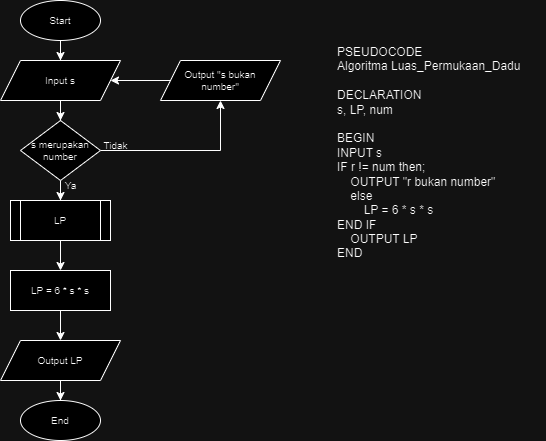
This is 5-Flowchart-Luas Permukaan Dadu.drawio.png from mfdrfauzi/fwg17-computer-science, a draw.io export, as it was before one commit. Source tidied: cells renumbered, new cells last; positions are measured from the earlier drawing's top-left corner, leaving out a move shared by most shapes.
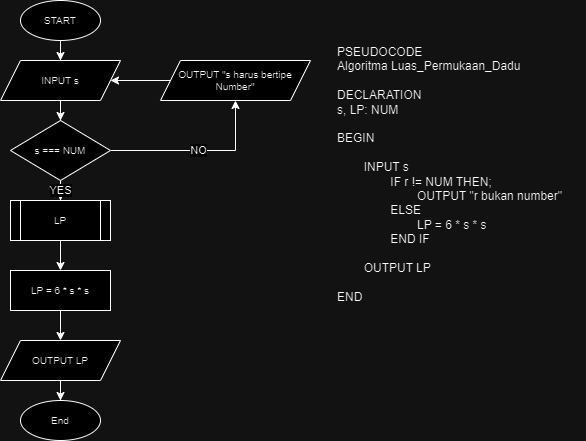
After the commit.

Diff of the diagram source:
```diff
@@ -5,32 +5,29 @@
     <mxCell id="2" style="edgeStyle=orthogonalEdgeStyle;rounded=0;jettySize=auto;html=1;entryX=0.5;entryY=0;entryDx=0;entryDy=0;fontSize=10;" parent="1" edge="1" source="3" target="8">
       <mxGeometry relative="1" as="geometry" />
     </mxCell>
-    <mxCell id="3" value="Start" style="ellipse;whiteSpace=wrap;html=1;fontSize=10;" parent="1" vertex="1">
+    <mxCell id="3" value="START" style="ellipse;whiteSpace=wrap;html=1;fontSize=10;" parent="1" vertex="1">
       <mxGeometry x="20" width="80" height="40" as="geometry" />
     </mxCell>
-    <mxCell id="4" style="edgeStyle=orthogonalEdgeStyle;rounded=0;jettySize=auto;html=1;entryX=0.5;entryY=1;entryDx=0;entryDy=0;" parent="1" edge="1" source="6" target="11">
+    <mxCell id="4" value="NO" style="edgeStyle=orthogonalEdgeStyle;rounded=0;jettySize=auto;html=1;entryX=0.5;entryY=1;entryDx=0;entryDy=0;" parent="1" edge="1" source="6" target="11">
       <mxGeometry relative="1" as="geometry" />
     </mxCell>
-    <mxCell id="5" style="edgeStyle=orthogonalEdgeStyle;rounded=0;jettySize=auto;html=1;entryX=0.5;entryY=0;entryDx=0;entryDy=0;" parent="1" edge="1" source="6" target="18">
+    <mxCell id="5" value="YES" style="edgeStyle=orthogonalEdgeStyle;rounded=0;jettySize=auto;html=1;entryX=0.5;entryY=0;entryDx=0;entryDy=0;" parent="1" edge="1" source="6" target="18">
       <mxGeometry relative="1" as="geometry" />
     </mxCell>
-    <mxCell id="6" value="s merupakan number" style="rhombus;whiteSpace=wrap;html=1;fontSize=10;" parent="1" vertex="1">
-      <mxGeometry x="20" y="120" width="80" height="60" as="geometry" />
+    <mxCell id="6" value="s === NUM" style="rhombus;whiteSpace=wrap;html=1;fontSize=10;" parent="1" vertex="1">
+      <mxGeometry x="10" y="120" width="100" height="60" as="geometry" />
     </mxCell>
     <mxCell id="7" style="edgeStyle=orthogonalEdgeStyle;rounded=0;jettySize=auto;html=1;entryX=0.5;entryY=0;entryDx=0;entryDy=0;fontSize=10;" parent="1" edge="1" source="8" target="6">
       <mxGeometry relative="1" as="geometry" />
     </mxCell>
-    <mxCell id="8" value="Input s" style="shape=parallelogram;perimeter=parallelogramPerimeter;whiteSpace=wrap;html=1;fixedSize=1;fontSize=10;" parent="1" vertex="1">
+    <mxCell id="8" value="INPUT s" style="shape=parallelogram;perimeter=parallelogramPerimeter;whiteSpace=wrap;html=1;fixedSize=1;fontSize=10;" parent="1" vertex="1">
       <mxGeometry y="60" width="120" height="40" as="geometry" />
     </mxCell>
-    <mxCell id="9" value="Tidak" style="text;html=1;align=center;verticalAlign=middle;strokeColor=none;fillColor=none;fontSize=10;" parent="1" vertex="1">
-      <mxGeometry x="90" y="130" width="50" height="30" as="geometry" />
-    </mxCell>
     <mxCell id="10" style="edgeStyle=orthogonalEdgeStyle;rounded=0;jettySize=auto;html=1;entryX=1;entryY=0.5;entryDx=0;entryDy=0;" parent="1" edge="1" source="11" target="8">
       <mxGeometry relative="1" as="geometry" />
     </mxCell>
-    <mxCell id="11" value="Output &quot;s bukan&lt;br&gt;number&quot;" style="shape=parallelogram;perimeter=parallelogramPerimeter;whiteSpace=wrap;html=1;fixedSize=1;fontSize=10;" parent="1" vertex="1">
-      <mxGeometry x="160" y="60" width="120" height="40" as="geometry" />
+    <mxCell id="11" value="OUTPUT &quot;s harus bertipe Number&quot;" style="shape=parallelogram;perimeter=parallelogramPerimeter;whiteSpace=wrap;html=1;fixedSize=1;fontSize=10;" parent="1" vertex="1">
+      <mxGeometry x="160" y="60" width="150" height="40" as="geometry" />
     </mxCell>
     <mxCell id="12" style="edgeStyle=orthogonalEdgeStyle;rounded=0;jettySize=auto;html=1;entryX=0.5;entryY=0;entryDx=0;entryDy=0;" parent="1" edge="1" source="13" target="15">
       <mxGeometry relative="1" as="geometry" />
@@ -41,7 +38,7 @@
     <mxCell id="14" style="edgeStyle=orthogonalEdgeStyle;rounded=0;jettySize=auto;html=1;entryX=0.5;entryY=0;entryDx=0;entryDy=0;" parent="1" edge="1" source="15" target="16">
       <mxGeometry relative="1" as="geometry" />
     </mxCell>
-    <mxCell id="15" value="Output LP" style="shape=parallelogram;perimeter=parallelogramPerimeter;whiteSpace=wrap;html=1;fixedSize=1;fontSize=10;" parent="1" vertex="1">
+    <mxCell id="15" value="OUTPUT LP" style="shape=parallelogram;perimeter=parallelogramPerimeter;whiteSpace=wrap;html=1;fixedSize=1;fontSize=10;" parent="1" vertex="1">
       <mxGeometry y="340" width="120" height="40" as="geometry" />
     </mxCell>
     <mxCell id="16" value="End" style="ellipse;whiteSpace=wrap;html=1;fontSize=10;" parent="1" vertex="1">
@@ -53,11 +50,8 @@
     <mxCell id="18" value="LP" style="shape=process;whiteSpace=wrap;html=1;backgroundOutline=1;fontSize=10;" parent="1" vertex="1">
       <mxGeometry x="10" y="200" width="100" height="40" as="geometry" />
     </mxCell>
-    <mxCell id="19" value="Ya" style="text;html=1;align=center;verticalAlign=middle;strokeColor=none;fillColor=none;fontSize=10;" parent="1" vertex="1">
-      <mxGeometry x="50" y="170" width="40" height="30" as="geometry" />
-    </mxCell>
-    <mxCell id="20" value="PSEUDOCODE&lt;br&gt;&lt;div&gt;Algoritma Luas_Permukaan_Dadu&lt;/div&gt;&lt;div&gt;&lt;br&gt;&lt;/div&gt;&lt;div&gt;DECLARATION&lt;/div&gt;&lt;div&gt;s, LP, num&lt;/div&gt;&lt;div&gt;&lt;br&gt;&lt;/div&gt;&lt;div&gt;BEGIN&lt;/div&gt;&lt;div&gt;INPUT s&lt;span style=&quot;&quot;&gt;&lt;/span&gt;&lt;/div&gt;&lt;div&gt;IF r != num then;&lt;/div&gt;&lt;div&gt;&lt;span style=&quot;&quot;&gt;&lt;span style=&quot;&quot;&gt;&lt;span style=&quot;white-space: pre;&quot;&gt;&amp;nbsp;&amp;nbsp;&amp;nbsp;&amp;nbsp;&lt;/span&gt;&lt;/span&gt;OUTPUT &quot;r bukan number&quot;&lt;/span&gt;&lt;/div&gt;&lt;div&gt;&lt;span style=&quot;&quot;&gt;&lt;span style=&quot;&quot;&gt;&lt;span style=&quot;white-space: pre;&quot;&gt;&amp;nbsp;&amp;nbsp;&amp;nbsp;&amp;nbsp;&lt;/span&gt;&lt;/span&gt;else&lt;/span&gt;&lt;/div&gt;&lt;div&gt;&lt;span style=&quot;&quot;&gt;&lt;span style=&quot;&quot;&gt;&lt;span style=&quot;white-space: pre;&quot;&gt;&amp;nbsp;&amp;nbsp;&amp;nbsp;&amp;nbsp;&lt;/span&gt;&lt;span style=&quot;white-space: pre;&quot;&gt;&amp;nbsp;&amp;nbsp;&amp;nbsp;&amp;nbsp;&lt;/span&gt;&lt;/span&gt;LP = 6 * s * s&lt;/span&gt;&lt;/div&gt;&lt;div&gt;END IF&lt;/div&gt;&lt;div&gt;&lt;span style=&quot;&quot;&gt;&lt;span style=&quot;&quot;&gt;&lt;span style=&quot;white-space: pre;&quot;&gt;&amp;nbsp;&amp;nbsp;&amp;nbsp;&amp;nbsp;&lt;/span&gt;&lt;/span&gt;OUTPUT LP&lt;/span&gt;&lt;/div&gt;&lt;div&gt;END&lt;/div&gt;" style="text;html=1;align=left;verticalAlign=top;strokeColor=none;fillColor=none;" parent="1" vertex="1">
-      <mxGeometry x="335" y="38" width="210" height="230" as="geometry" />
+    <mxCell id="20" value="PSEUDOCODE&lt;br&gt;&lt;div&gt;Algoritma Luas_Permukaan_Dadu&lt;/div&gt;&lt;div&gt;&lt;br&gt;&lt;/div&gt;&lt;div&gt;DECLARATION&lt;/div&gt;&lt;div&gt;s, LP: NUM&lt;/div&gt;&lt;div&gt;&lt;br&gt;&lt;/div&gt;&lt;div&gt;BEGIN&lt;/div&gt;&lt;div&gt;&lt;br&gt;&lt;/div&gt;&lt;div&gt;&lt;span style=&quot;white-space: pre;&quot;&gt;&#9;&lt;/span&gt;INPUT s&lt;span style=&quot;&quot;&gt;&lt;/span&gt;&lt;/div&gt;&lt;div&gt;&lt;span style=&quot;white-space: pre;&quot;&gt;&#9;&lt;/span&gt;&lt;span style=&quot;white-space: pre;&quot;&gt;&#9;&lt;/span&gt;IF r != NUM THEN;&lt;/div&gt;&lt;div&gt;&lt;span style=&quot;&quot;&gt;&lt;span style=&quot;&quot;&gt;&lt;span style=&quot;white-space: pre;&quot;&gt;&amp;nbsp;&amp;nbsp;&amp;nbsp;&amp;nbsp;&lt;span style=&quot;white-space: pre;&quot;&gt;&#9;&lt;/span&gt;&lt;span style=&quot;white-space: pre;&quot;&gt;&#9;&lt;span style=&quot;white-space: pre;&quot;&gt;&#9;&lt;/span&gt;&lt;/span&gt;&lt;/span&gt;&lt;/span&gt;OUTPUT &quot;r bukan number&quot;&lt;/span&gt;&lt;/div&gt;&lt;div&gt;&lt;span style=&quot;&quot;&gt;&lt;span style=&quot;&quot;&gt;&lt;span style=&quot;white-space: pre;&quot;&gt;&amp;nbsp;&amp;nbsp;&amp;nbsp;&amp;nbsp;&lt;span style=&quot;white-space: pre;&quot;&gt;&#9;&lt;/span&gt;&lt;span style=&quot;white-space: pre;&quot;&gt;&#9;&lt;/span&gt;ELSE&lt;/span&gt;&lt;/span&gt;&lt;/span&gt;&lt;/div&gt;&lt;div&gt;&lt;span style=&quot;&quot;&gt;&lt;span style=&quot;&quot;&gt;&lt;span style=&quot;white-space: pre;&quot;&gt;&amp;nbsp;&amp;nbsp;&amp;nbsp;&amp;nbsp;&lt;/span&gt;&lt;span style=&quot;white-space: pre;&quot;&gt;&amp;nbsp;&amp;nbsp;&amp;nbsp;&amp;nbsp;&lt;span style=&quot;white-space: pre;&quot;&gt;&#9;&lt;/span&gt;&lt;span style=&quot;white-space: pre;&quot;&gt;&#9;&lt;/span&gt;&lt;/span&gt;&lt;/span&gt;LP = 6 * s * s&lt;/span&gt;&lt;/div&gt;&lt;div&gt;&lt;span style=&quot;white-space: pre;&quot;&gt;&#9;&lt;/span&gt;&lt;span style=&quot;white-space: pre;&quot;&gt;&#9;&lt;/span&gt;END IF&lt;/div&gt;&lt;div&gt;&lt;br&gt;&lt;/div&gt;&lt;div&gt;&lt;span style=&quot;&quot;&gt;&lt;span style=&quot;&quot;&gt;&lt;span style=&quot;white-space: pre;&quot;&gt;&amp;nbsp;&amp;nbsp;&amp;nbsp;&amp;nbsp;&lt;span style=&quot;white-space: pre;&quot;&gt;&#9;&lt;/span&gt;&lt;/span&gt;&lt;/span&gt;OUTPUT LP&lt;/span&gt;&lt;/div&gt;&lt;div&gt;&lt;/div&gt;&lt;div&gt;&lt;br&gt;&lt;/div&gt;&lt;div&gt;END&lt;/div&gt;" style="text;html=1;align=left;verticalAlign=top;strokeColor=none;fillColor=none;" parent="1" vertex="1">
+      <mxGeometry x="335" y="38" width="250" height="270" as="geometry" />
     </mxCell>
   </root>
 </mxGraphModel>
```
